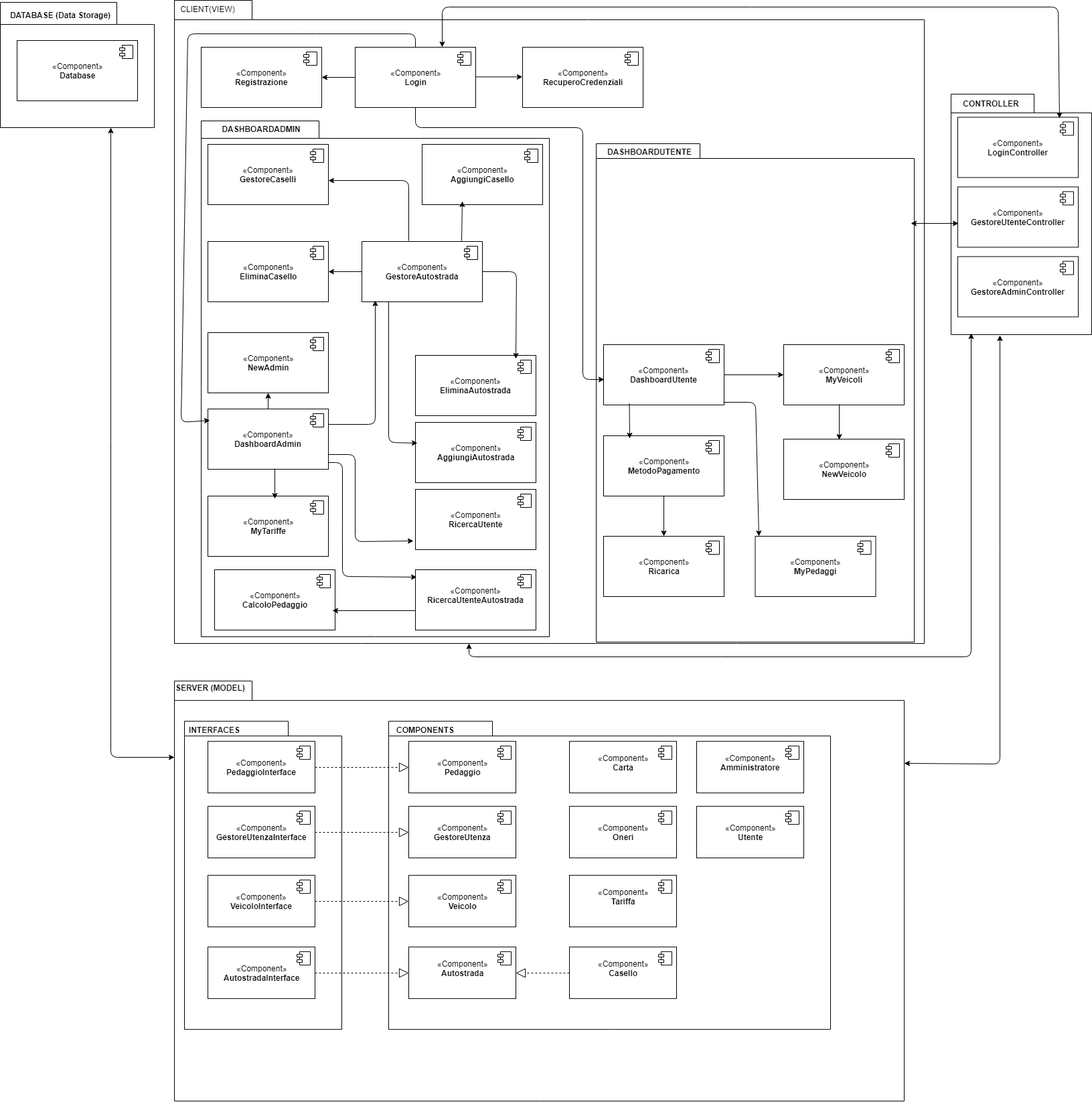
This is OOSDPedaggiAutostrade/doc/ComponentDiagram.png from salvasal/OOSDPedaggiAutostrade, a draw.io export, as it was before one commit. Source tidied: cells renumbered, new cells last; positions are measured from the earlier drawing's top-left corner, leaving out a move shared by most shapes.
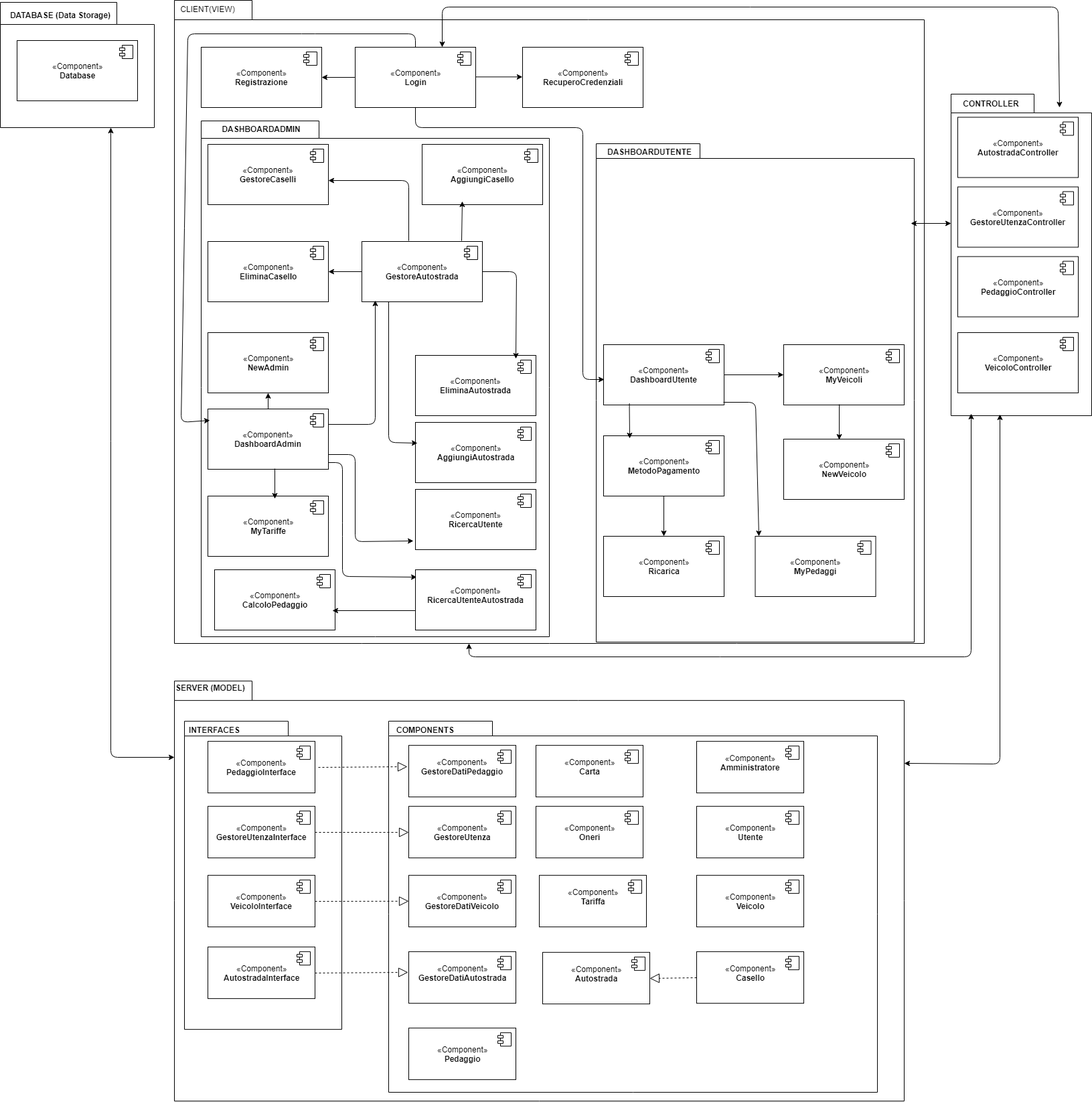
Above is the later version.

Change to the diagram source:
```diff
@@ -320,7 +320,7 @@
       <mxGeometry x="279.8" y="1076.1" width="110" height="30" as="geometry" />
     </mxCell>
     <mxCell id="76" style="shape=folder;fontStyle=1;spacingTop=10;tabWidth=155;tabHeight=22;tabPosition=left;html=1;" parent="1" vertex="1">
-      <mxGeometry x="580" y="1076.1" width="660" height="460" as="geometry" />
+      <mxGeometry x="580" y="1076" width="730" height="554" as="geometry" />
     </mxCell>
     <mxCell id="77" value="&lt;b&gt;COMPONENTS&lt;/b&gt;" style="text;html=1;" parent="1" vertex="1">
       <mxGeometry x="589.8" y="1076.1" width="110" height="30" as="geometry" />
@@ -358,36 +358,39 @@
       </mxGeometry>
     </mxCell>
     <mxCell id="86" value="«Component»&lt;br&gt;&lt;b&gt;Pedaggio&lt;/b&gt;&lt;br&gt;" style="html=1;" parent="1" vertex="1">
-      <mxGeometry x="610" y="1106.1" width="160" height="77" as="geometry" />
+      <mxGeometry x="610" y="1534.1" width="160" height="77" as="geometry" />
     </mxCell>
     <mxCell id="87" style="shape=component;jettyWidth=8;jettyHeight=4;" parent="86" vertex="1">
       <mxGeometry x="1" width="20" height="20" relative="1" as="geometry">
         <mxPoint x="-27" y="7" as="offset" />
       </mxGeometry>
     </mxCell>
-    <mxCell id="88" style="endArrow=block;dashed=1;endFill=0;endSize=12;html=1;exitX=1;exitY=0.5;exitDx=0;exitDy=0;entryX=0;entryY=0.5;entryDx=0;entryDy=0;" parent="1" edge="1" source="78" target="86">
-      <mxGeometry relative="1" as="geometry" />
+    <mxCell id="88" style="endArrow=block;dashed=1;endFill=0;endSize=12;html=1;exitX=1;exitY=0.5;exitDx=0;exitDy=0;entryX=-0.044;entryY=0.414;entryDx=0;entryDy=0;entryPerimeter=0;" parent="1" edge="1">
+      <mxGeometry relative="1" as="geometry">
+        <mxPoint x="475" y="1145" as="sourcePoint" />
+        <mxPoint x="608" y="1144" as="targetPoint" />
+      </mxGeometry>
     </mxCell>
     <mxCell id="89" value="«Component»&lt;br&gt;&lt;b&gt;Autostrada&lt;br&gt;&lt;/b&gt;&lt;br&gt;" style="html=1;" parent="1" vertex="1">
-      <mxGeometry x="610" y="1413.1" width="160" height="77" as="geometry" />
+      <mxGeometry x="810" y="1421.1" width="160" height="77" as="geometry" />
     </mxCell>
     <mxCell id="90" style="shape=component;jettyWidth=8;jettyHeight=4;" parent="89" vertex="1">
       <mxGeometry x="1" width="20" height="20" relative="1" as="geometry">
         <mxPoint x="-27" y="7" as="offset" />
       </mxGeometry>
     </mxCell>
-    <mxCell id="91" style="endArrow=block;dashed=1;endFill=0;endSize=12;html=1;exitX=1;exitY=0.5;exitDx=0;exitDy=0;entryX=0;entryY=0.5;entryDx=0;entryDy=0;" parent="1" edge="1" source="84" target="89">
+    <mxCell id="91" style="endArrow=block;dashed=1;endFill=0;endSize=12;html=1;exitX=1;exitY=0.5;exitDx=0;exitDy=0;entryX=-0.006;entryY=0.401;entryDx=0;entryDy=0;entryPerimeter=0;" parent="1" edge="1" source="84" target="128">
       <mxGeometry relative="1" as="geometry" />
     </mxCell>
     <mxCell id="92" value="«Component»&lt;br&gt;&lt;b&gt;Veicolo&lt;/b&gt;&lt;br&gt;" style="html=1;" parent="1" vertex="1">
-      <mxGeometry x="610" y="1306.1" width="160" height="77" as="geometry" />
+      <mxGeometry x="1040" y="1306.1" width="160" height="77" as="geometry" />
     </mxCell>
     <mxCell id="93" style="shape=component;jettyWidth=8;jettyHeight=4;" parent="92" vertex="1">
       <mxGeometry x="1" width="20" height="20" relative="1" as="geometry">
         <mxPoint x="-27" y="7" as="offset" />
       </mxGeometry>
     </mxCell>
-    <mxCell id="94" style="endArrow=block;dashed=1;endFill=0;endSize=12;html=1;exitX=1;exitY=0.5;exitDx=0;exitDy=0;entryX=0;entryY=0.5;entryDx=0;entryDy=0;" parent="1" edge="1" source="82" target="92">
+    <mxCell id="94" style="endArrow=block;dashed=1;endFill=0;endSize=12;html=1;exitX=1;exitY=0.5;exitDx=0;exitDy=0;" parent="1" edge="1" source="82" target="132">
       <mxGeometry relative="1" as="geometry" />
     </mxCell>
     <mxCell id="95" value="«Component»&lt;br&gt;&lt;b&gt;GestoreUtenza&lt;/b&gt;&lt;br&gt;" style="html=1;" parent="1" vertex="1">
@@ -402,7 +405,7 @@
       <mxGeometry relative="1" as="geometry" />
     </mxCell>
     <mxCell id="98" value="«Component»&lt;br&gt;&lt;b&gt;Casello&lt;br&gt;&lt;/b&gt;&lt;br&gt;" style="html=1;" parent="1" vertex="1">
-      <mxGeometry x="850" y="1413.1" width="160" height="77" as="geometry" />
+      <mxGeometry x="1040" y="1420.1" width="160" height="77" as="geometry" />
     </mxCell>
     <mxCell id="99" style="shape=component;jettyWidth=8;jettyHeight=4;" parent="98" vertex="1">
       <mxGeometry x="1" width="20" height="20" relative="1" as="geometry">
@@ -413,7 +416,7 @@
       <mxGeometry relative="1" as="geometry" />
     </mxCell>
     <mxCell id="101" value="«Component»&lt;br&gt;&lt;b&gt;Tariffa&lt;br&gt;&lt;/b&gt;&lt;br&gt;" style="html=1;" parent="1" vertex="1">
-      <mxGeometry x="850" y="1306.1" width="160" height="77" as="geometry" />
+      <mxGeometry x="805" y="1306.1" width="160" height="77" as="geometry" />
     </mxCell>
     <mxCell id="102" style="shape=component;jettyWidth=8;jettyHeight=4;" parent="101" vertex="1">
       <mxGeometry x="1" width="20" height="20" relative="1" as="geometry">
@@ -421,7 +424,7 @@
       </mxGeometry>
     </mxCell>
     <mxCell id="103" value="«Component»&lt;br&gt;&lt;b&gt;Carta&lt;br&gt;&lt;/b&gt;&lt;br&gt;" style="html=1;" parent="1" vertex="1">
-      <mxGeometry x="850" y="1106.1" width="160" height="77" as="geometry" />
+      <mxGeometry x="800" y="1112.1" width="160" height="77" as="geometry" />
     </mxCell>
     <mxCell id="104" style="shape=component;jettyWidth=8;jettyHeight=4;" parent="103" vertex="1">
       <mxGeometry x="1" width="20" height="20" relative="1" as="geometry">
@@ -429,7 +432,7 @@
       </mxGeometry>
     </mxCell>
     <mxCell id="105" value="«Component»&lt;br&gt;&lt;b&gt;Oneri&lt;/b&gt;&lt;br&gt;" style="html=1;" parent="1" vertex="1">
-      <mxGeometry x="850" y="1203.1" width="160" height="77" as="geometry" />
+      <mxGeometry x="800" y="1203.1" width="160" height="77" as="geometry" />
     </mxCell>
     <mxCell id="106" style="shape=component;jettyWidth=8;jettyHeight=4;" parent="105" vertex="1">
       <mxGeometry x="1" width="20" height="20" relative="1" as="geometry">
@@ -453,12 +456,12 @@
       </mxGeometry>
     </mxCell>
     <mxCell id="111" style="shape=folder;fontStyle=1;spacingTop=10;tabWidth=124;tabHeight=28;tabPosition=left;html=1;" parent="1" vertex="1">
-      <mxGeometry x="1420" y="140" width="210" height="359" as="geometry" />
+      <mxGeometry x="1420" y="140" width="210" height="480" as="geometry" />
     </mxCell>
     <mxCell id="112" value="CONTROLLER" style="text;align=center;fontStyle=1;verticalAlign=middle;spacingLeft=3;spacingRight=3;strokeColor=none;" parent="1" vertex="1">
       <mxGeometry x="1430" y="141.5" width="100" height="26" as="geometry" />
     </mxCell>
-    <mxCell id="113" value="«Component»&lt;br&gt;&lt;b&gt;LoginController&lt;/b&gt;&lt;br&gt;" style="html=1;" parent="1" vertex="1">
+    <mxCell id="113" value="«Component»&lt;br&gt;&lt;b&gt;AutostradaController&lt;/b&gt;&lt;br&gt;" style="html=1;" parent="1" vertex="1">
       <mxGeometry x="1430" y="174.5" width="180" height="90" as="geometry" />
     </mxCell>
     <mxCell id="114" style="shape=component;jettyWidth=8;jettyHeight=4;" parent="113" vertex="1">
@@ -466,7 +469,7 @@
         <mxPoint x="-27" y="7" as="offset" />
       </mxGeometry>
     </mxCell>
-    <mxCell id="115" value="«Component»&lt;br&gt;&lt;b&gt;GestoreAdminController&lt;/b&gt;" style="html=1;" parent="1" vertex="1">
+    <mxCell id="115" value="«Component»&lt;br&gt;&lt;b&gt;PedaggioController&lt;/b&gt;" style="html=1;" parent="1" vertex="1">
       <mxGeometry x="1430" y="382.5" width="180" height="90" as="geometry" />
     </mxCell>
     <mxCell id="116" style="shape=component;jettyWidth=8;jettyHeight=4;" parent="115" vertex="1">
@@ -474,7 +477,7 @@
         <mxPoint x="-27" y="7" as="offset" />
       </mxGeometry>
     </mxCell>
-    <mxCell id="117" value="«Component»&lt;br&gt;&lt;b&gt;GestoreUtenteController&lt;/b&gt;" style="html=1;" parent="1" vertex="1">
+    <mxCell id="117" value="«Component»&lt;br&gt;&lt;b&gt;GestoreUtenzaController&lt;/b&gt;" style="html=1;" parent="1" vertex="1">
       <mxGeometry x="1430" y="278.5" width="180" height="90" as="geometry" />
     </mxCell>
     <mxCell id="118" style="shape=component;jettyWidth=8;jettyHeight=4;" parent="117" vertex="1">
@@ -482,14 +485,14 @@
         <mxPoint x="-27" y="7" as="offset" />
       </mxGeometry>
     </mxCell>
-    <mxCell id="119" style="endArrow=classic;startArrow=classic;html=1;entryX=0.008;entryY=0.6;entryDx=0;entryDy=0;entryPerimeter=0;" parent="1" edge="1" target="117">
+    <mxCell id="119" style="endArrow=classic;startArrow=classic;html=1;" parent="1" edge="1">
       <mxGeometry relative="1" as="geometry">
         <mxPoint x="1360" y="333" as="sourcePoint" />
+        <mxPoint x="1420" y="333" as="targetPoint" />
       </mxGeometry>
     </mxCell>
-    <mxCell id="120" style="endArrow=classic;startArrow=classic;html=1;exitX=1;exitY=0.196;exitDx=0;exitDy=0;exitPerimeter=0;" parent="1" edge="1" source="72">
+    <mxCell id="120" style="endArrow=classic;startArrow=classic;html=1;exitX=1;exitY=0.196;exitDx=0;exitDy=0;exitPerimeter=0;entryX=0.348;entryY=0.996;entryDx=0;entryDy=0;entryPerimeter=0;" parent="1" edge="1" source="72" target="111">
       <mxGeometry relative="1" as="geometry">
-        <mxPoint x="1493" y="500" as="targetPoint" />
         <Array as="points">
           <mxPoint x="1493" y="1140" />
         </Array>
@@ -504,9 +507,10 @@
         </Array>
       </mxGeometry>
     </mxCell>
-    <mxCell id="122" style="endArrow=classic;startArrow=classic;html=1;entryX=0.843;entryY=0.014;entryDx=0;entryDy=0;entryPerimeter=0;" parent="1" edge="1" target="113">
+    <mxCell id="122" style="endArrow=classic;startArrow=classic;html=1;" parent="1" edge="1">
       <mxGeometry relative="1" as="geometry">
         <mxPoint x="660" y="70" as="sourcePoint" />
+        <mxPoint x="1582" y="160" as="targetPoint" />
         <Array as="points">
           <mxPoint x="660" y="10" />
           <mxPoint x="1580" y="10" />
@@ -537,5 +541,37 @@
         </Array>
       </mxGeometry>
     </mxCell>
+    <mxCell id="126" value="«Component»&lt;br&gt;&lt;b&gt;VeicoloController&lt;/b&gt;" style="html=1;" parent="1" vertex="1">
+      <mxGeometry x="1430" y="496" width="180" height="90" as="geometry" />
+    </mxCell>
+    <mxCell id="127" style="shape=component;jettyWidth=8;jettyHeight=4;" parent="126" vertex="1">
+      <mxGeometry x="1" width="20" height="20" relative="1" as="geometry">
+        <mxPoint x="-27" y="7" as="offset" />
+      </mxGeometry>
+    </mxCell>
+    <mxCell id="128" value="«Component»&lt;br&gt;&lt;b&gt;GestoreDatiAutostrada&lt;br&gt;&lt;/b&gt;&lt;br&gt;" style="html=1;" parent="1" vertex="1">
+      <mxGeometry x="610" y="1420.1" width="160" height="77" as="geometry" />
+    </mxCell>
+    <mxCell id="129" style="shape=component;jettyWidth=8;jettyHeight=4;" parent="128" vertex="1">
+      <mxGeometry x="1" width="20" height="20" relative="1" as="geometry">
+        <mxPoint x="-27" y="7" as="offset" />
+      </mxGeometry>
+    </mxCell>
+    <mxCell id="130" value="«Component»&lt;br&gt;&lt;b&gt;GestoreDatiPedaggio&lt;br&gt;&lt;/b&gt;&lt;br&gt;" style="html=1;" parent="1" vertex="1">
+      <mxGeometry x="610" y="1112.1" width="160" height="77" as="geometry" />
+    </mxCell>
+    <mxCell id="131" style="shape=component;jettyWidth=8;jettyHeight=4;" parent="130" vertex="1">
+      <mxGeometry x="1" width="20" height="20" relative="1" as="geometry">
+        <mxPoint x="-27" y="7" as="offset" />
+      </mxGeometry>
+    </mxCell>
+    <mxCell id="132" value="«Component»&lt;br&gt;&lt;b&gt;GestoreDatiVeicolo&lt;/b&gt;&lt;br&gt;" style="html=1;" parent="1" vertex="1">
+      <mxGeometry x="610" y="1306.1" width="160" height="77" as="geometry" />
+    </mxCell>
+    <mxCell id="133" style="shape=component;jettyWidth=8;jettyHeight=4;" parent="132" vertex="1">
+      <mxGeometry x="1" width="20" height="20" relative="1" as="geometry">
+        <mxPoint x="-27" y="7" as="offset" />
+      </mxGeometry>
+    </mxCell>
   </root>
 </mxGraphModel>
```
